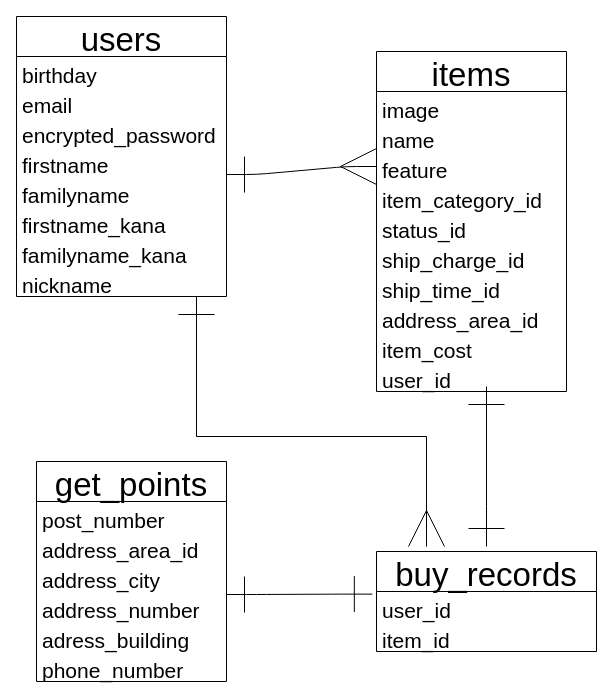
Before: test.drawio in saatoshi/furima-34313, a draw.io diagram. Source tidied: cells renumbered, new cells numbered last; positions are measured from the earlier drawing's top-left corner, leaving out a move shared by most shapes. Both pictures are drawn from the tidied source at 100%, with x=0, y=0 at pixel (16, 16).
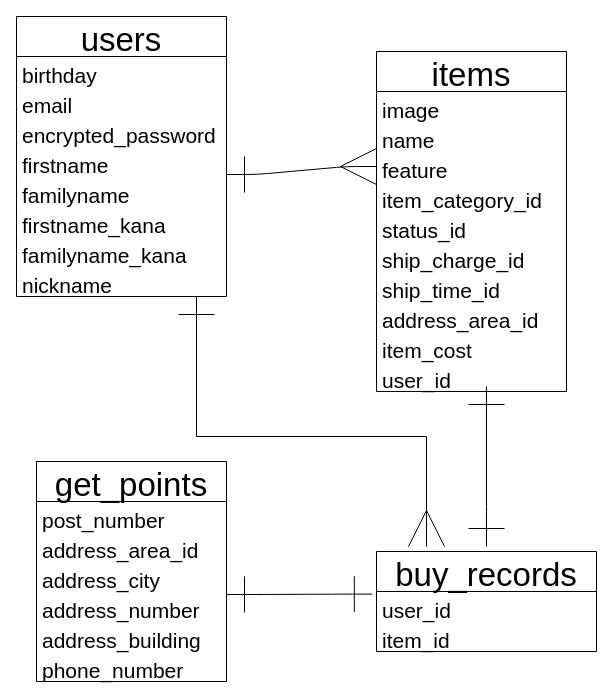
The same diagram, later.

Unchanged cells that the change refers to:
```xml
<mxCell id="26" value="get_points" style="swimlane;fontStyle=0;horizontal=1;startSize=40;align=center;fontSize=33;verticalAlign=bottom;" parent="1" vertex="1">
  <mxGeometry x="20" y="445" width="190" height="220" as="geometry" />
</mxCell>
```

The edit, as a diff of the source:
```diff
@@
-    <mxCell id="31" value="adress_building" style="text;strokeColor=none;fillColor=none;spacingLeft=4;spacingRight=4;overflow=hidden;fontSize=21;" parent="26" vertex="1">
+    <mxCell id="31" value="address_building" style="text;strokeColor=none;fillColor=none;spacingLeft=4;spacingRight=4;overflow=hidden;fontSize=21;" parent="26" vertex="1">
       <mxGeometry y="160" width="190" height="30" as="geometry" />
     </mxCell>
```
